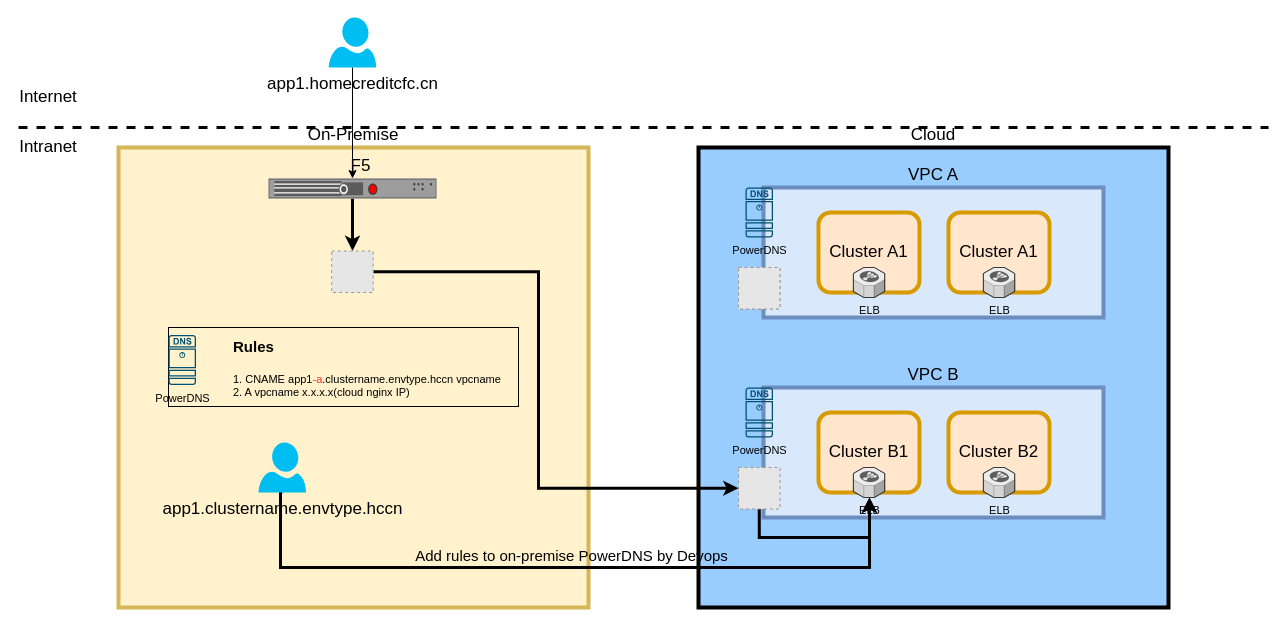
This is network.drawio from dosjia/chart, a draw.io file, before an edit. Source tidied: cells renumbered, new cells numbered last; positions are measured from the earlier drawing's top-left corner, leaving out a move shared by most shapes. Both pictures are drawn from the tidied source at 100%, with x=0, y=0 at pixel (18, 17). Pictures stored in the file or linked from it are replaced by grey dashed boxes.
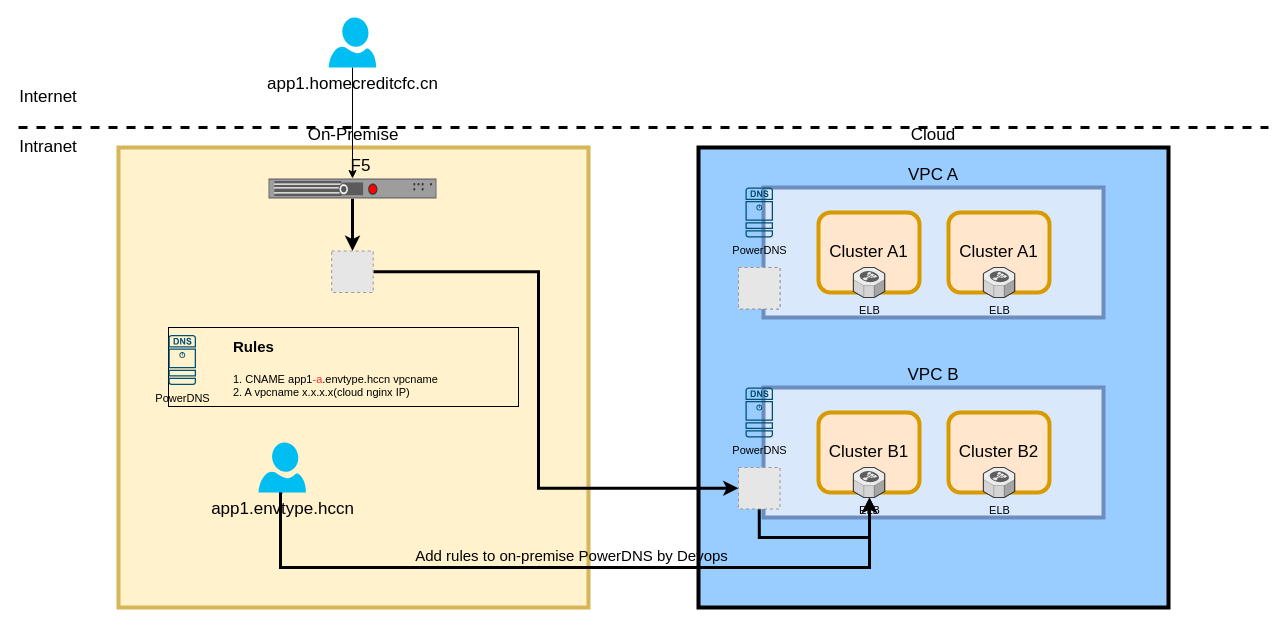
The same diagram, later.

The change refers to these unchanged cells:
```xml
<mxCell id="27" style="group;labelBorderColor=#000000;rounded=0;strokeColor=#000000;" parent="1" vertex="1">
  <mxGeometry x="150" y="310" width="350" height="79" as="geometry" />
</mxCell>
```

What changed in the source:
```diff
@@
-    <mxCell id="12" value="&lt;div&gt;app1.clustername.envtype.hccn&lt;/div&gt;" style="verticalLabelPosition=bottom;html=1;verticalAlign=top;align=center;strokeColor=none;fillColor=#00BEF2;shape=mxgraph.azure.user;labelBackgroundColor=none;fontSize=17;" parent="1" vertex="1">
+    <mxCell id="12" value="&lt;div&gt;app1.envtype.hccn&lt;/div&gt;" style="verticalLabelPosition=bottom;html=1;verticalAlign=top;align=center;strokeColor=none;fillColor=#00BEF2;shape=mxgraph.azure.user;labelBackgroundColor=none;fontSize=17;" parent="1" vertex="1">
       <mxGeometry x="240" y="425" width="47.5" height="50" as="geometry" />
     </mxCell>
@@
-    <mxCell id="28" value="&lt;h1&gt;&lt;font style=&quot;font-size: 15px&quot;&gt;Rules&lt;/font&gt;&lt;/h1&gt;&lt;div&gt;1. CNAME app1&lt;font color=&quot;#FF3333&quot;&gt;-a&lt;/font&gt;.clustername.envtype.hccn vpcname&lt;/div&gt;&lt;div&gt;2. A vpcname x.x.x.x(cloud nginx IP)&lt;br&gt;&lt;/div&gt;" style="text;html=1;spacing=5;spacingTop=-20;overflow=hidden;rounded=0;labelBackgroundColor=none;fontSize=11;labelBorderColor=none;whiteSpace=wrap;" parent="27" vertex="1">
+    <mxCell id="28" value="&lt;h1&gt;&lt;font style=&quot;font-size: 15px&quot;&gt;Rules&lt;/font&gt;&lt;/h1&gt;&lt;div&gt;1. CNAME app1&lt;font color=&quot;#FF3333&quot;&gt;-a&lt;/font&gt;.envtype.hccn vpcname&lt;/div&gt;&lt;div&gt;2. A vpcname x.x.x.x(cloud nginx IP)&lt;br&gt;&lt;/div&gt;" style="text;html=1;spacing=5;spacingTop=-20;overflow=hidden;rounded=0;labelBackgroundColor=none;fontSize=11;labelBorderColor=none;whiteSpace=wrap;" parent="27" vertex="1">
       <mxGeometry x="60" width="290" height="79" as="geometry" />
     </mxCell>
```
